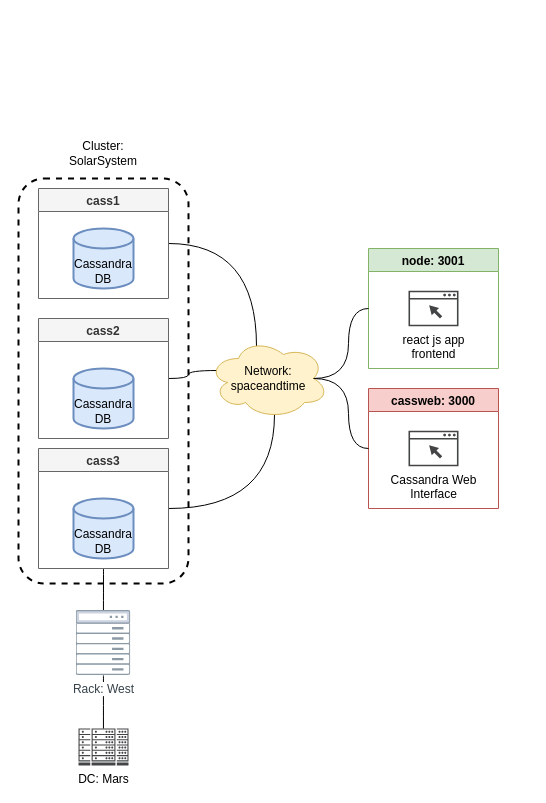
This is architecture-infra.drawio from Miracle-Fruit/kikeriki, a draw.io file, before an edit. Source tidied: cells renumbered, new cells numbered last; positions are measured from the earlier drawing's top-left corner, leaving out a move shared by most shapes. Both pictures are drawn from the tidied source at 100%, with x=0, y=0 at pixel (18, 138).
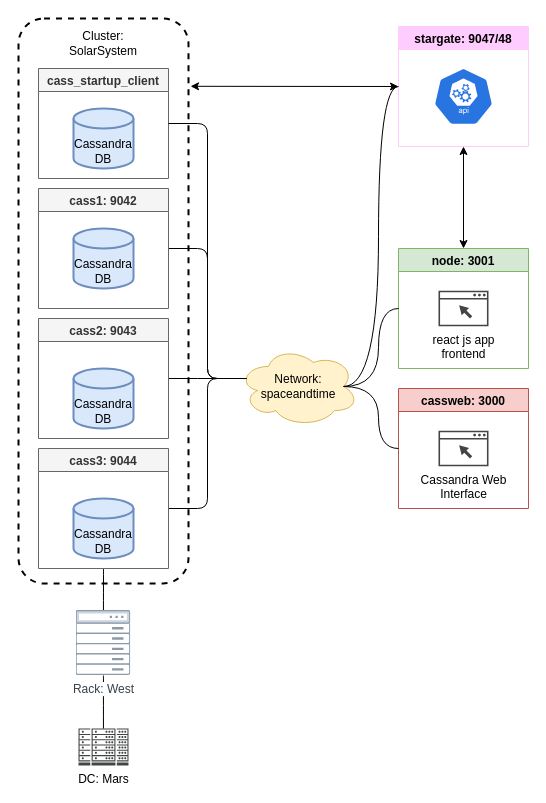
The same diagram, later.

What changed in the source:
```diff
@@
-    <mxCell id="2" style="edgeStyle=orthogonalEdgeStyle;curved=1;html=1;exitX=1;exitY=0.5;exitDx=0;exitDy=0;entryX=0.4;entryY=0.1;entryDx=0;entryDy=0;entryPerimeter=0;startArrow=none;startFill=0;endArrow=none;endFill=0;" parent="1" edge="1" source="3" target="16">
+    <mxCell id="2" style="html=1;exitX=1;exitY=0.5;exitDx=0;exitDy=0;entryX=0.07;entryY=0.4;entryDx=0;entryDy=0;entryPerimeter=0;startArrow=none;startFill=0;endArrow=none;endFill=0;edgeStyle=elbowEdgeStyle;" parent="1" edge="1" source="3" target="16">
       <mxGeometry relative="1" as="geometry" />
     </mxCell>
+    <mxCell id="6" style="edgeStyle=elbowEdgeStyle;html=1;exitX=1;exitY=0.5;exitDx=0;exitDy=0;entryX=0.07;entryY=0.4;entryDx=0;entryDy=0;entryPerimeter=0;startArrow=none;startFill=0;endArrow=none;endFill=0;" parent="1" edge="1" source="7" target="16">
+      <mxGeometry relative="1" as="geometry" />
+    </mxCell>
-    <mxCell id="3" value="cass1" style="swimlane;fillColor=#f5f5f5;fontColor=#333333;strokeColor=#666666;" parent="1" vertex="1">
-      <mxGeometry x="20" y="50" width="130" height="110" as="geometry" />
+    <mxCell id="3" value="cass1: 9042" style="swimlane;fillColor=#f5f5f5;fontColor=#333333;strokeColor=#666666;" parent="1" vertex="1">
+      <mxGeometry x="20" y="50" width="130" height="120" as="geometry" />
     </mxCell>
     <mxCell id="4" style="rounded=1;whiteSpace=wrap;html=1;fillColor=none;glass=0;shadow=0;sketch=0;strokeWidth=2;dashed=1;" parent="3" vertex="1">
-      <mxGeometry x="-20" y="-10" width="170" height="405" as="geometry" />
+      <mxGeometry x="-20" y="-170" width="170" height="565" as="geometry" />
     </mxCell>
@@
-    <mxCell id="6" style="edgeStyle=orthogonalEdgeStyle;curved=1;html=1;exitX=1;exitY=0.5;exitDx=0;exitDy=0;entryX=0.07;entryY=0.4;entryDx=0;entryDy=0;entryPerimeter=0;startArrow=none;startFill=0;endArrow=none;endFill=0;" parent="1" edge="1" source="7" target="16">
-      <mxGeometry relative="1" as="geometry" />
-    </mxCell>
+    <mxCell id="24" value="cass_startup_client" style="swimlane;fillColor=#f5f5f5;fontColor=#333333;strokeColor=#666666;" parent="3" vertex="1">
+      <mxGeometry y="-120" width="130" height="110" as="geometry" />
+    </mxCell>
+    <mxCell id="25" value="Cassandra&lt;br&gt;DB" style="strokeWidth=2;html=1;shape=mxgraph.flowchart.database;whiteSpace=wrap;fillColor=#dae8fc;strokeColor=#6c8ebf;verticalAlign=bottom;" parent="24" vertex="1">
+      <mxGeometry x="35" y="40" width="60" height="60" as="geometry" />
+    </mxCell>
-    <mxCell id="7" value="cass2" style="swimlane;fillColor=#f5f5f5;fontColor=#333333;strokeColor=#666666;" parent="1" vertex="1">
+    <mxCell id="7" value="cass2: 9043" style="swimlane;fillColor=#f5f5f5;fontColor=#333333;strokeColor=#666666;" parent="1" vertex="1">
       <mxGeometry x="20" y="180" width="130" height="120" as="geometry" />
     </mxCell>
@@
-    <mxCell id="9" style="edgeStyle=orthogonalEdgeStyle;curved=1;html=1;exitX=1;exitY=0.5;exitDx=0;exitDy=0;entryX=0.55;entryY=0.95;entryDx=0;entryDy=0;entryPerimeter=0;startArrow=none;startFill=0;endArrow=none;endFill=0;" parent="1" edge="1" source="11" target="16">
+    <mxCell id="9" style="edgeStyle=elbowEdgeStyle;html=1;exitX=1;exitY=0.5;exitDx=0;exitDy=0;entryX=0.07;entryY=0.4;entryDx=0;entryDy=0;entryPerimeter=0;startArrow=none;startFill=0;endArrow=none;endFill=0;" parent="1" edge="1" source="11" target="16">
       <mxGeometry relative="1" as="geometry" />
     </mxCell>
@@
-    <mxCell id="11" value="cass3" style="swimlane;fillColor=#f5f5f5;fontColor=#333333;strokeColor=#666666;" parent="1" vertex="1">
+    <mxCell id="11" value="cass3: 9044" style="swimlane;fillColor=#f5f5f5;fontColor=#333333;strokeColor=#666666;" parent="1" vertex="1">
       <mxGeometry x="20" y="310" width="130" height="120" as="geometry" />
     </mxCell>
@@
     <mxCell id="13" value="cassweb: 3000" style="swimlane;fillColor=#f8cecc;strokeColor=#b85450;" parent="1" vertex="1">
-      <mxGeometry x="350" y="250" width="130" height="120" as="geometry" />
+      <mxGeometry x="380" y="250" width="130" height="120" as="geometry" />
     </mxCell>
@@
     <mxCell id="16" value="Network:&lt;br&gt;spaceandtime" style="ellipse;shape=cloud;whiteSpace=wrap;html=1;fillColor=#fff2cc;strokeColor=#d6b656;" parent="1" vertex="1">
-      <mxGeometry x="190" y="200" width="120" height="80" as="geometry" />
+      <mxGeometry x="220" y="208" width="120" height="80" as="geometry" />
     </mxCell>
@@
-    <mxCell id="20" value="Cluster: SolarSystem" style="text;html=1;strokeColor=none;fillColor=none;align=center;verticalAlign=middle;whiteSpace=wrap;rounded=0;shadow=0;glass=0;dashed=1;sketch=0;" parent="1" vertex="1">
-      <mxGeometry x="55" width="60" height="30" as="geometry" />
-    </mxCell>
+    <mxCell id="26" style="html=1;exitX=0.5;exitY=0;exitDx=0;exitDy=0;entryX=0.5;entryY=1;entryDx=0;entryDy=0;startArrow=classic;startFill=1;" parent="1" edge="1" source="21" target="28">
+      <mxGeometry relative="1" as="geometry" />
+    </mxCell>
     <mxCell id="21" value="node: 3001" style="swimlane;fillColor=#d5e8d4;strokeColor=#82b366;" parent="1" vertex="1">
-      <mxGeometry x="350" y="110" width="130" height="120" as="geometry" />
+      <mxGeometry x="380" y="110" width="130" height="120" as="geometry" />
     </mxCell>
@@
+    <mxCell id="20" value="Cluster: SolarSystem" style="text;html=1;strokeColor=none;fillColor=none;align=center;verticalAlign=middle;whiteSpace=wrap;rounded=0;shadow=0;glass=0;dashed=1;sketch=0;" parent="1" vertex="1">
+      <mxGeometry x="55" y="-110" width="60" height="30" as="geometry" />
+    </mxCell>
+    <mxCell id="27" style="edgeStyle=elbowEdgeStyle;html=1;exitX=1;exitY=0.5;exitDx=0;exitDy=0;entryX=0.07;entryY=0.4;entryDx=0;entryDy=0;entryPerimeter=0;startArrow=none;startFill=0;endArrow=none;endFill=0;" parent="1" edge="1" source="24" target="16">
+      <mxGeometry relative="1" as="geometry" />
+    </mxCell>
+    <mxCell id="28" value="stargate: 9047/48" style="swimlane;fillColor=#FFCCFF;strokeColor=#FFCCFF;" parent="1" vertex="1">
+      <mxGeometry x="380" y="-112" width="130" height="120" as="geometry" />
+    </mxCell>
+    <mxCell id="29" style="sketch=0;html=1;dashed=0;whitespace=wrap;fillColor=#2875E2;strokeColor=#ffffff;shape=mxgraph.kubernetes.icon;prIcon=api;" parent="28" vertex="1">
+      <mxGeometry x="35" y="40" width="60" height="60" as="geometry" />
+    </mxCell>
+    <mxCell id="30" style="html=1;entryX=0;entryY=0.5;entryDx=0;entryDy=0;startArrow=classic;startFill=1;exitX=1.012;exitY=0.12;exitDx=0;exitDy=0;exitPerimeter=0;" parent="1" edge="1" source="4" target="28">
+      <mxGeometry relative="1" as="geometry" />
+    </mxCell>
+    <mxCell id="31" style="edgeStyle=orthogonalEdgeStyle;curved=1;html=1;exitX=0.875;exitY=0.5;exitDx=0;exitDy=0;exitPerimeter=0;entryX=0;entryY=0.5;entryDx=0;entryDy=0;startArrow=none;startFill=0;endArrow=none;endFill=0;" parent="1" edge="1" source="16" target="28">
+      <mxGeometry relative="1" as="geometry" />
+    </mxCell>
```
